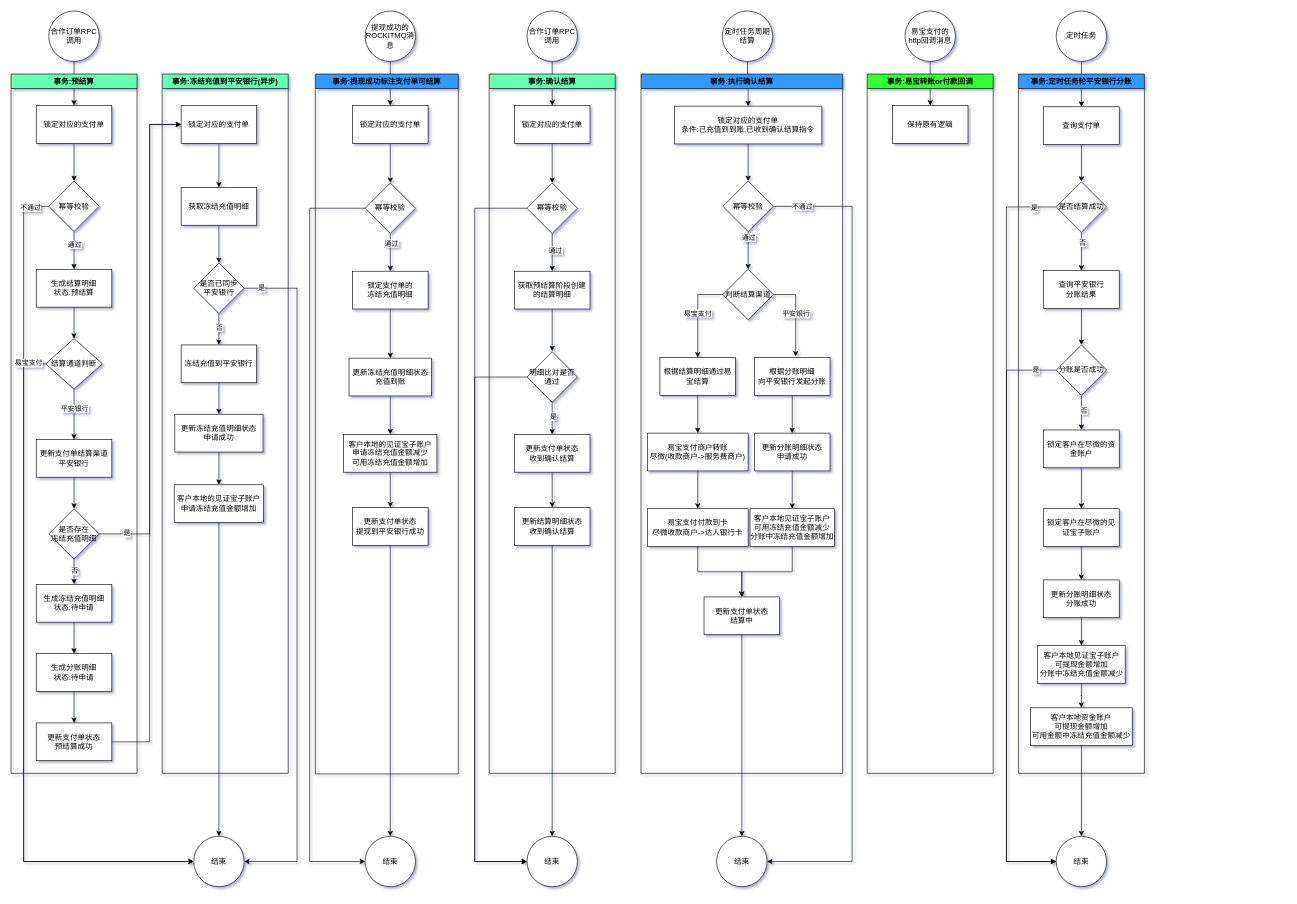
Earlier version of the draw.io diagram 合作订单结算流程.drawio (catface996/images). Source tidied: cells renumbered, new cells numbered last; positions are measured from the earlier drawing's top-left corner, leaving out a move shared by most shapes. Both pictures are drawn from the tidied source at 63%, with x=0, y=0 at pixel (11, 11).
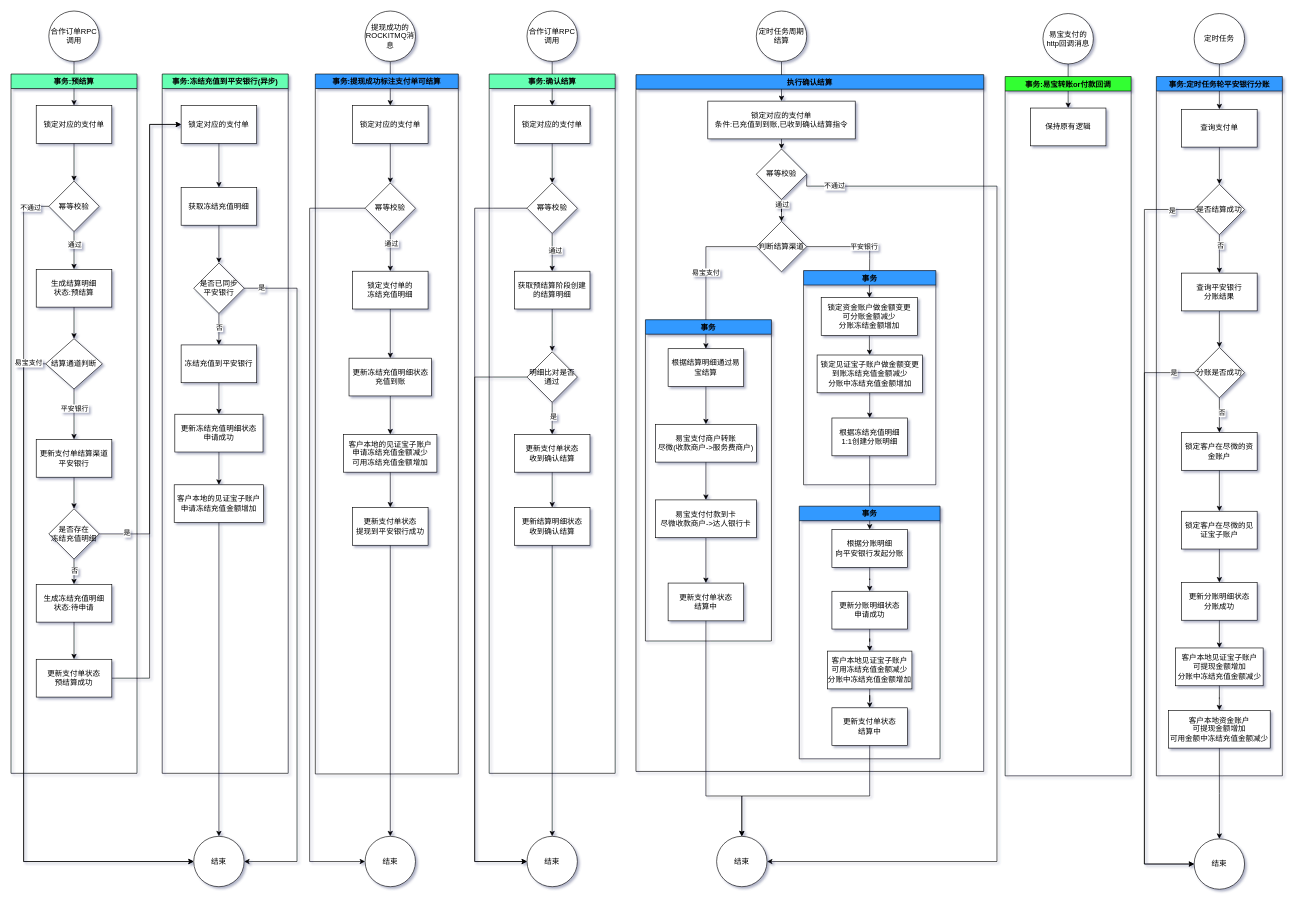
Above is the later version.

Commit message:
更新合作订单结算流程.drawio

Unchanged cells that the change refers to:
```xml
<mxCell id="24" value="锁定对应的支付单" style="rounded=0;whiteSpace=wrap;html=1;" parent="1" vertex="1">
  <mxGeometry x="270" y="150" width="120" height="60" as="geometry" />
</mxCell>
<mxCell id="34" value="事务:预结算" style="swimlane;fillColor=#66FFB3;" parent="1" vertex="1">
  <mxGeometry y="100" width="200" height="1110" as="geometry" />
</mxCell>
<mxCell id="37" value="生成冻结充值明细&lt;br&gt;状态:待申请" style="rounded=0;whiteSpace=wrap;html=1;" parent="34" vertex="1">
  <mxGeometry x="40" y="810" width="120" height="60" as="geometry" />
</mxCell>
<mxCell id="86" value="是否结算成功" style="rhombus;whiteSpace=wrap;html=1;fillColor=#FFFFFF;" parent="77" vertex="1">
  <mxGeometry x="60" y="171" width="80" height="80" as="geometry" />
</mxCell>
<mxCell id="91" value="分账是否成功" style="rhombus;whiteSpace=wrap;html=1;fillColor=#FFFFFF;" parent="77" vertex="1">
  <mxGeometry x="60" y="430" width="80" height="80" as="geometry" />
</mxCell>
<mxCell id="97" value="结束" style="ellipse;whiteSpace=wrap;html=1;" parent="1" vertex="1">
  <mxGeometry x="1120" y="1310" width="80" height="80" as="geometry" />
</mxCell>
```

Diff of the diagram source:
```diff
@@
     <mxCell id="6" value="易宝支付的http回调消息" style="ellipse;whiteSpace=wrap;html=1;fillColor=#FFFFFF;" parent="1" vertex="1">
-      <mxGeometry x="1419" width="80" height="80" as="geometry" />
+      <mxGeometry x="1638" y="4" width="80" height="80" as="geometry" />
     </mxCell>
@@
     <mxCell id="17" style="edgeStyle=orthogonalEdgeStyle;rounded=0;jettySize=auto;html=1;entryX=0;entryY=0.5;entryDx=0;entryDy=0;exitX=1;exitY=0.5;exitDx=0;exitDy=0;" parent="1" edge="1" source="35" target="24">
       <mxGeometry relative="1" as="geometry">
         <Array as="points">
-          <mxPoint x="220" y="1160" />
+          <mxPoint x="220" y="1059" />
           <mxPoint x="220" y="180" />
         </Array>
       </mxGeometry>
     </mxCell>
@@
     <mxCell id="35" value="更新支付单状态&lt;br&gt;预结算成功" style="rounded=0;whiteSpace=wrap;html=1;" parent="34" vertex="1">
-      <mxGeometry x="40" y="1030" width="120" height="60" as="geometry" />
+      <mxGeometry x="40" y="929" width="120" height="60" as="geometry" />
     </mxCell>
-    <mxCell id="36" style="edgeStyle=orthogonalEdgeStyle;rounded=0;jettySize=auto;html=1;entryX=0.5;entryY=0;entryDx=0;entryDy=0;" parent="34" edge="1" source="37" target="44">
-      <mxGeometry relative="1" as="geometry" />
-    </mxCell>
@@
-    <mxCell id="43" style="edgeStyle=orthogonalEdgeStyle;rounded=0;jettySize=auto;html=1;entryX=0.5;entryY=0;entryDx=0;entryDy=0;" parent="34" edge="1" source="44" target="35">
+    <mxCell id="43" style="edgeStyle=orthogonalEdgeStyle;rounded=0;jettySize=auto;html=1;entryX=0.5;entryY=0;entryDx=0;entryDy=0;exitX=0.5;exitY=1;exitDx=0;exitDy=0;" parent="34" edge="1" source="37" target="35">
       <mxGeometry relative="1" as="geometry" />
     </mxCell>
-    <mxCell id="44" value="生成分账明细&lt;br&gt;状态:待申请" style="rounded=0;whiteSpace=wrap;html=1;fillColor=#FFFFFF;" parent="34" vertex="1">
-      <mxGeometry x="40" y="920" width="120" height="60" as="geometry" />
-    </mxCell>
@@
     <mxCell id="54" value="定时任务周期结算" style="ellipse;whiteSpace=wrap;html=1;" parent="1" vertex="1">
-      <mxGeometry x="1129" width="80" height="80" as="geometry" />
+      <mxGeometry x="1183" width="80" height="80" as="geometry" />
     </mxCell>
-    <mxCell id="55" value="事务:执行确认结算" style="swimlane;fillColor=#3399FF;" parent="1" vertex="1">
-      <mxGeometry x="1000" y="100" width="320" height="1110" as="geometry" />
+    <mxCell id="55" value="执行确认结算" style="swimlane;fillColor=#3399FF;" parent="1" vertex="1">
+      <mxGeometry x="992" y="101" width="552" height="1106" as="geometry" />
     </mxCell>
-    <mxCell id="56" style="edgeStyle=orthogonalEdgeStyle;rounded=0;jettySize=auto;html=1;entryX=0.5;entryY=0;entryDx=0;entryDy=0;" parent="55" edge="1" source="57" target="60">
-      <mxGeometry relative="1" as="geometry" />
-    </mxCell>
-    <mxCell id="57" value="根据分账明细&lt;br&gt;向平安银行发起分账" style="rounded=0;whiteSpace=wrap;html=1;fillColor=#FFFFFF;" parent="55" vertex="1">
-      <mxGeometry x="180" y="450" width="120" height="60" as="geometry" />
-    </mxCell>
-    <mxCell id="58" style="edgeStyle=orthogonalEdgeStyle;rounded=0;jettySize=auto;html=1;entryX=0.5;entryY=0;entryDx=0;entryDy=0;exitX=0.5;exitY=1;exitDx=0;exitDy=0;" parent="55" edge="1" source="76" target="61">
-      <mxGeometry relative="1" as="geometry">
-        <Array as="points">
-          <mxPoint x="240" y="790" />
-          <mxPoint x="160" y="790" />
-        </Array>
-      </mxGeometry>
-    </mxCell>
-    <mxCell id="59" style="edgeStyle=orthogonalEdgeStyle;rounded=0;jettySize=auto;html=1;" parent="55" edge="1" source="60" target="76">
-      <mxGeometry relative="1" as="geometry" />
-    </mxCell>
-    <mxCell id="60" value="更新分账明细状态&lt;br&gt;申请成功" style="rounded=0;whiteSpace=wrap;html=1;fillColor=#FFFFFF;" parent="55" vertex="1">
-      <mxGeometry x="180" y="570" width="120" height="60" as="geometry" />
-    </mxCell>
-    <mxCell id="61" value="更新支付单状态&lt;br&gt;结算中" style="rounded=0;whiteSpace=wrap;html=1;fillColor=#FFFFFF;" parent="55" vertex="1">
-      <mxGeometry x="100" y="830" width="120" height="60" as="geometry" />
-    </mxCell>
+    <mxCell id="147" style="edgeStyle=orthogonalEdgeStyle;rounded=0;jettySize=auto;html=1;entryX=0.5;entryY=0;entryDx=0;entryDy=0;" parent="55" edge="1" source="151" target="57">
+      <mxGeometry relative="1" as="geometry" />
+    </mxCell>
-    <mxCell id="62" style="edgeStyle=orthogonalEdgeStyle;rounded=0;jettySize=auto;html=1;entryX=0.5;entryY=0;entryDx=0;entryDy=0;" parent="55" edge="1" source="63" target="66">
-      <mxGeometry relative="1" as="geometry" />
+    <mxCell id="62" style="edgeStyle=orthogonalEdgeStyle;rounded=0;jettySize=auto;html=1;entryX=0.5;entryY=0;entryDx=0;entryDy=0;" parent="55" edge="1" target="66">
+      <mxGeometry relative="1" as="geometry">
+        <mxPoint x="231" y="92" as="sourcePoint" />
+      </mxGeometry>
     </mxCell>
     <mxCell id="63" value="锁定对应的支付单&lt;br&gt;条件:已充值到到账,已收到确认结算指令" style="rounded=0;whiteSpace=wrap;html=1;" parent="55" vertex="1">
-      <mxGeometry x="53" y="51" width="234" height="60" as="geometry" />
+      <mxGeometry x="114" y="42" width="234" height="60" as="geometry" />
     </mxCell>
@@
     <mxCell id="66" value="幂等校验" style="rhombus;whiteSpace=wrap;html=1;" parent="55" vertex="1">
-      <mxGeometry x="130" y="170" width="80" height="80" as="geometry" />
+      <mxGeometry x="191" y="118" width="80" height="80" as="geometry" />
     </mxCell>
-    <mxCell id="67" value="平安银行" style="edgeStyle=orthogonalEdgeStyle;rounded=0;jettySize=auto;html=1;entryX=0.546;entryY=-0.028;entryDx=0;entryDy=0;entryPerimeter=0;" parent="55" edge="1" source="69" target="57">
+    <mxCell id="67" value="平安银行" style="edgeStyle=orthogonalEdgeStyle;rounded=0;jettySize=auto;html=1;exitX=1;exitY=0.5;exitDx=0;exitDy=0;entryX=0.5;entryY=0;entryDx=0;entryDy=0;" parent="55" edge="1" source="69" target="150">
       <mxGeometry relative="1" as="geometry">
         <Array as="points">
-          <mxPoint x="245" y="350" />
+          <mxPoint x="371" y="292" />
+          <mxPoint x="371" y="350" />
         </Array>
       </mxGeometry>
     </mxCell>
@@
     <mxCell id="69" value="判断结算渠道" style="rhombus;whiteSpace=wrap;html=1;fillColor=#FFFFFF;" parent="55" vertex="1">
-      <mxGeometry x="130" y="310" width="80" height="80" as="geometry" />
+      <mxGeometry x="191" y="233" width="80" height="80" as="geometry" />
     </mxCell>
@@
     <mxCell id="71" value="易宝支付商户转账&lt;br&gt;尽微(收款商户-&amp;gt;服务费商户)" style="rounded=0;whiteSpace=wrap;html=1;fillColor=#FFFFFF;" parent="55" vertex="1">
-      <mxGeometry x="10" y="570" width="160" height="60" as="geometry" />
+      <mxGeometry x="31" y="555" width="160" height="60" as="geometry" />
     </mxCell>
-    <mxCell id="72" style="edgeStyle=orthogonalEdgeStyle;rounded=0;jettySize=auto;html=1;entryX=0.5;entryY=0;entryDx=0;entryDy=0;" parent="55" edge="1" source="73" target="61">
+    <mxCell id="72" style="edgeStyle=orthogonalEdgeStyle;rounded=0;jettySize=auto;html=1;entryX=0.5;entryY=0;entryDx=0;entryDy=0;" parent="55" edge="1" source="73" target="155">
       <mxGeometry relative="1" as="geometry" />
     </mxCell>
     <mxCell id="73" value="易宝支付付款到卡&lt;br&gt;尽微收款商户-&amp;gt;达人银行卡" style="rounded=0;whiteSpace=wrap;html=1;fillColor=#FFFFFF;" parent="55" vertex="1">
-      <mxGeometry x="10" y="690" width="160" height="60" as="geometry" />
+      <mxGeometry x="31" y="675" width="160" height="60" as="geometry" />
     </mxCell>
@@
     <mxCell id="75" value="根据结算明细通过易宝结算" style="rounded=0;whiteSpace=wrap;html=1;fillColor=#FFFFFF;" parent="55" vertex="1">
-      <mxGeometry x="30" y="450" width="120" height="60" as="geometry" />
+      <mxGeometry x="51" y="435" width="120" height="60" as="geometry" />
     </mxCell>
+    <mxCell id="148" value="事务" style="swimlane;fillColor=#3399FF;" parent="55" vertex="1">
+      <mxGeometry x="266" y="311" width="210" height="340" as="geometry" />
+    </mxCell>
+    <mxCell id="149" style="edgeStyle=orthogonalEdgeStyle;rounded=0;jettySize=auto;html=1;entryX=0.5;entryY=0;entryDx=0;entryDy=0;" parent="148" edge="1" source="150" target="153">
+      <mxGeometry relative="1" as="geometry" />
+    </mxCell>
+    <mxCell id="150" value="锁定资金账户做金额变更&lt;br&gt;可分账金额减少&lt;br&gt;分账冻结金额增加" style="rounded=0;whiteSpace=wrap;html=1;fillColor=#FFFFFF;" parent="148" vertex="1">
+      <mxGeometry x="28" y="43" width="153" height="60" as="geometry" />
+    </mxCell>
+    <mxCell id="151" value="根据冻结充值明细&lt;br&gt;1:1创建分账明细" style="rounded=0;whiteSpace=wrap;html=1;fillColor=#FFFFFF;" parent="148" vertex="1">
+      <mxGeometry x="45" y="234" width="120" height="60" as="geometry" />
+    </mxCell>
+    <mxCell id="152" style="edgeStyle=orthogonalEdgeStyle;rounded=0;jettySize=auto;html=1;entryX=0.5;entryY=0;entryDx=0;entryDy=0;" parent="148" edge="1" source="153" target="151">
+      <mxGeometry relative="1" as="geometry" />
+    </mxCell>
+    <mxCell id="153" value="锁定见证宝子账户做金额变更&lt;br&gt;到账冻结充值金额减少&lt;br&gt;分账中冻结充值金额增加" style="rounded=0;whiteSpace=wrap;html=1;fillColor=#FFFFFF;" parent="148" vertex="1">
+      <mxGeometry x="21.5" y="134" width="167" height="60" as="geometry" />
+    </mxCell>
+    <mxCell id="154" value="事务" style="swimlane;fillColor=#3399FF;" parent="55" vertex="1">
+      <mxGeometry x="259.2" y="685" width="223.5" height="401" as="geometry" />
+    </mxCell>
+    <mxCell id="57" value="根据分账明细&lt;br&gt;向平安银行发起分账" style="rounded=0;whiteSpace=wrap;html=1;fillColor=#FFFFFF;" parent="154" vertex="1">
+      <mxGeometry x="51.8" y="37" width="120" height="60" as="geometry" />
+    </mxCell>
+    <mxCell id="60" value="更新分账明细状态&lt;br&gt;申请成功" style="rounded=0;whiteSpace=wrap;html=1;fillColor=#FFFFFF;" parent="154" vertex="1">
+      <mxGeometry x="51.8" y="135" width="120" height="60" as="geometry" />
+    </mxCell>
+    <mxCell id="56" style="edgeStyle=orthogonalEdgeStyle;rounded=0;jettySize=auto;html=1;entryX=0.5;entryY=0;entryDx=0;entryDy=0;" parent="154" edge="1" source="57" target="60">
+      <mxGeometry relative="1" as="geometry" />
+    </mxCell>
+    <mxCell id="61" value="更新支付单状态&lt;br&gt;结算中" style="rounded=0;whiteSpace=wrap;html=1;fillColor=#FFFFFF;" parent="154" vertex="1">
+      <mxGeometry x="51.8" y="320" width="120" height="60" as="geometry" />
+    </mxCell>
+    <mxCell id="58" style="edgeStyle=orthogonalEdgeStyle;rounded=0;jettySize=auto;html=1;entryX=0.5;entryY=0;entryDx=0;entryDy=0;" parent="154" edge="1" source="76" target="61">
+      <mxGeometry relative="1" as="geometry" />
+    </mxCell>
-    <mxCell id="76" value="客户本地见证宝子账户&lt;br&gt;可用冻结充值金额减少&lt;br&gt;分账中冻结充值金额增加" style="rounded=0;whiteSpace=wrap;html=1;fillColor=#FFFFFF;" parent="55" vertex="1">
-      <mxGeometry x="173" y="690" width="134" height="60" as="geometry" />
+    <mxCell id="76" value="客户本地见证宝子账户&lt;br&gt;可用冻结充值金额减少&lt;br&gt;分账中冻结充值金额增加" style="rounded=0;whiteSpace=wrap;html=1;fillColor=#FFFFFF;" parent="154" vertex="1">
+      <mxGeometry x="44.8" y="230" width="134" height="60" as="geometry" />
     </mxCell>
+    <mxCell id="59" style="edgeStyle=orthogonalEdgeStyle;rounded=0;jettySize=auto;html=1;" parent="154" edge="1" source="60" target="76">
+      <mxGeometry relative="1" as="geometry" />
+    </mxCell>
+    <mxCell id="155" value="更新支付单状态&lt;br&gt;结算中" style="rounded=0;whiteSpace=wrap;html=1;fillColor=#FFFFFF;" parent="55" vertex="1">
+      <mxGeometry x="51" y="807" width="120" height="60" as="geometry" />
+    </mxCell>
+    <mxCell id="156" value="事务" style="swimlane;fillColor=#3399FF;" parent="55" vertex="1">
+      <mxGeometry x="15" y="389" width="200" height="510" as="geometry" />
+    </mxCell>
     <mxCell id="77" value="事务:定时任务轮平安银行分账" style="swimlane;fillColor=#3399FF;" parent="1" vertex="1">
-      <mxGeometry x="1599" y="100" width="200" height="1110" as="geometry" />
+      <mxGeometry x="1818" y="104" width="200" height="1110" as="geometry" />
     </mxCell>
@@
     <mxCell id="98" value="事务:易宝转账or付款回调" style="swimlane;fillColor=#33FF33;" parent="1" vertex="1">
-      <mxGeometry x="1359" y="100" width="200" height="1110" as="geometry" />
+      <mxGeometry x="1578" y="104" width="200" height="1110" as="geometry" />
     </mxCell>
@@
-    <mxCell id="100" style="edgeStyle=orthogonalEdgeStyle;rounded=0;jettySize=auto;html=1;entryX=0.5;entryY=0;entryDx=0;entryDy=0;" parent="1" edge="1" source="61" target="97">
-      <mxGeometry relative="1" as="geometry" />
+    <mxCell id="100" style="edgeStyle=orthogonalEdgeStyle;rounded=0;jettySize=auto;html=1;entryX=0.5;entryY=0;entryDx=0;entryDy=0;exitX=0.5;exitY=1;exitDx=0;exitDy=0;" parent="1" edge="1" source="61" target="97">
+      <mxGeometry relative="1" as="geometry">
+        <Array as="points">
+          <mxPoint x="1363" y="1246" />
+          <mxPoint x="1160" y="1246" />
+        </Array>
+      </mxGeometry>
     </mxCell>
@@
     <mxCell id="118" value="定时任务" style="ellipse;whiteSpace=wrap;html=1;fillColor=#FFFFFF;" parent="1" vertex="1">
-      <mxGeometry x="1659" width="80" height="80" as="geometry" />
+      <mxGeometry x="1878" y="4" width="80" height="80" as="geometry" />
     </mxCell>
-    <mxCell id="119" style="edgeStyle=orthogonalEdgeStyle;rounded=0;jettySize=auto;html=1;entryX=1;entryY=0.5;entryDx=0;entryDy=0;" parent="1" edge="1" source="66" target="97">
+    <mxCell id="119" style="edgeStyle=orthogonalEdgeStyle;rounded=0;jettySize=auto;html=1;entryX=1;entryY=0.5;entryDx=0;entryDy=0;exitX=1;exitY=0.5;exitDx=0;exitDy=0;" parent="1" edge="1" source="66" target="97">
       <mxGeometry relative="1" as="geometry">
         <Array as="points">
-          <mxPoint x="1335" y="310" />
-          <mxPoint x="1335" y="1350" />
+          <mxPoint x="1565" y="278" />
+          <mxPoint x="1565" y="1350" />
         </Array>
       </mxGeometry>
     </mxCell>
@@
     <mxCell id="122" style="edgeStyle=orthogonalEdgeStyle;rounded=0;jettySize=auto;html=1;entryX=0;entryY=0.5;entryDx=0;entryDy=0;" parent="1" edge="1" source="86" target="124">
       <mxGeometry relative="1" as="geometry">
         <Array as="points">
-          <mxPoint x="1580" y="311" />
-          <mxPoint x="1580" y="1350" />
+          <mxPoint x="1799" y="315" />
+          <mxPoint x="1799" y="1354" />
         </Array>
       </mxGeometry>
     </mxCell>
@@
     <mxCell id="124" value="结束" style="ellipse;whiteSpace=wrap;html=1;" parent="1" vertex="1">
-      <mxGeometry x="1659" y="1310" width="80" height="80" as="geometry" />
+      <mxGeometry x="1878" y="1314" width="80" height="80" as="geometry" />
     </mxCell>
     <mxCell id="125" style="edgeStyle=orthogonalEdgeStyle;rounded=0;jettySize=auto;html=1;entryX=0;entryY=0.5;entryDx=0;entryDy=0;" parent="1" edge="1" source="91" target="124">
       <mxGeometry relative="1" as="geometry">
         <Array as="points">
-          <mxPoint x="1580" y="570" />
-          <mxPoint x="1580" y="1350" />
+          <mxPoint x="1799" y="574" />
+          <mxPoint x="1799" y="1354" />
         </Array>
       </mxGeometry>
     </mxCell>
@@
+    <mxCell id="157" style="edgeStyle=orthogonalEdgeStyle;rounded=0;jettySize=auto;html=1;entryX=0.5;entryY=0;entryDx=0;entryDy=0;exitX=0.5;exitY=1;exitDx=0;exitDy=0;" parent="1" edge="1" source="155" target="97">
+      <mxGeometry relative="1" as="geometry">
+        <Array as="points">
+          <mxPoint x="1103" y="1246" />
+          <mxPoint x="1160" y="1246" />
+        </Array>
+      </mxGeometry>
+    </mxCell>
```
